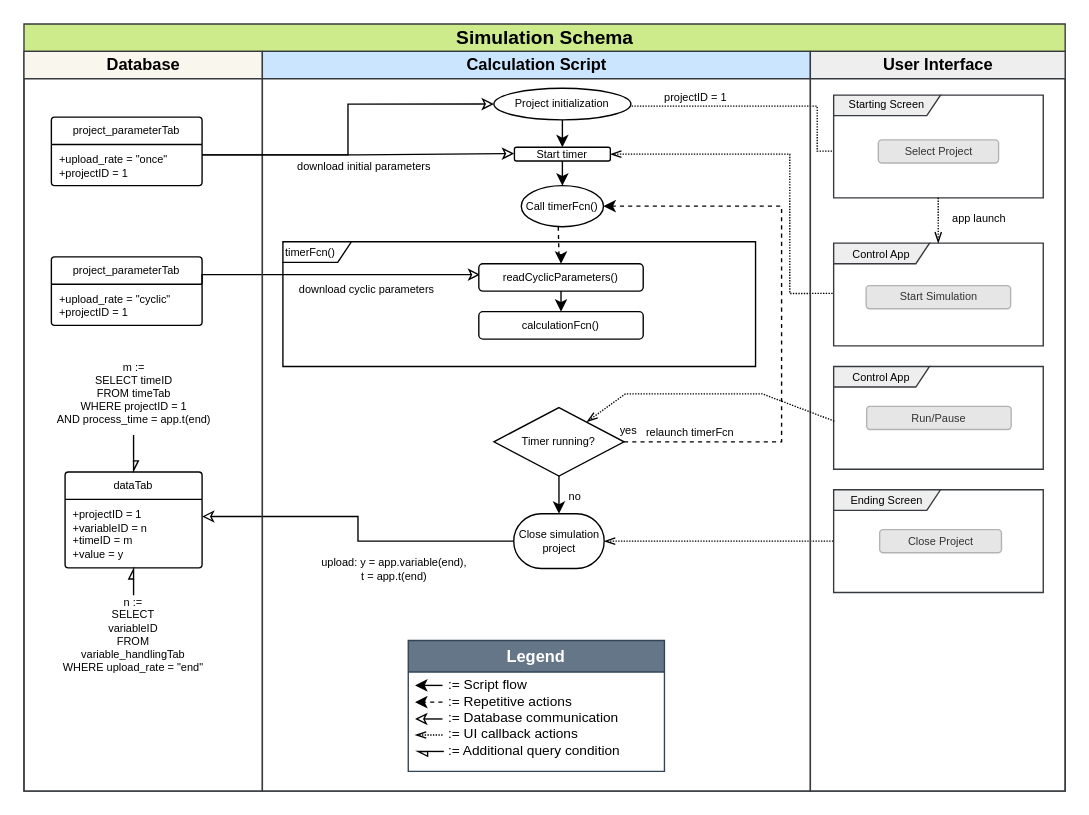
The draw.io diagram page "Page-1" (1 of 2) of ProcessCycle.drawio in Yumatlab/bioprocesssimulation, before the edit. Source tidied: cells renumbered, new cells numbered last; positions are measured from the earlier drawing's top-left corner, leaving out a move shared by most shapes. Both pictures are drawn from the tidied source at 137%, with x=0, y=0 at pixel (23, 23).
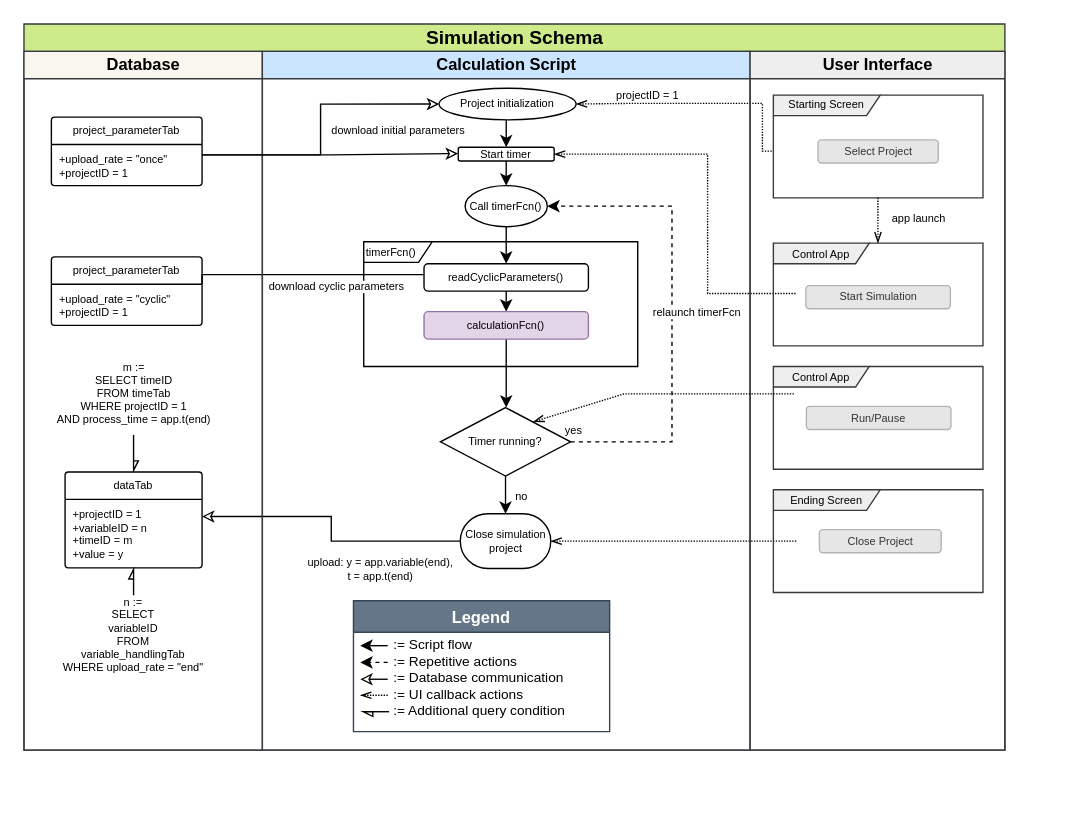
After the change.

Unchanged cells that the change refers to:
```xml
<mxCell id="47" value="&lt;font style=&quot;font-size: 8px;&quot;&gt;Starting Screen&lt;/font&gt;" style="shape=umlFrame;whiteSpace=wrap;html=1;width=78;height=15;fillColor=#eeeeee;strokeColor=#36393d;fontSize=8;" parent="46" vertex="1">
  <mxGeometry x="17" y="31.9" width="153" height="75" as="geometry" />
</mxCell>
<mxCell id="49" value="&lt;font style=&quot;font-size: 8px;&quot;&gt;Control App&lt;/font&gt;" style="shape=umlFrame;whiteSpace=wrap;html=1;width=70;height=15;fillColor=#eeeeee;strokeColor=#36393d;fontSize=8;" parent="46" vertex="1">
  <mxGeometry x="17" y="140" width="153" height="75" as="geometry" />
</mxCell>
<mxCell id="51" value="&lt;font style=&quot;font-size: 8px;&quot;&gt;Control App&lt;/font&gt;" style="shape=umlFrame;whiteSpace=wrap;html=1;width=70;height=15;fillColor=#eeeeee;strokeColor=#36393d;fontSize=8;" parent="46" vertex="1">
  <mxGeometry x="17" y="230" width="153" height="75" as="geometry" />
</mxCell>
<mxCell id="53" value="&lt;font style=&quot;font-size: 8px;&quot;&gt;Ending Screen&lt;/font&gt;" style="shape=umlFrame;whiteSpace=wrap;html=1;width=78;height=15;fillColor=#eeeeee;strokeColor=#36393d;fontSize=8;" parent="46" vertex="1">
  <mxGeometry x="17" y="320" width="153" height="75" as="geometry" />
</mxCell>
<mxCell id="59" style="edgeStyle=orthogonalEdgeStyle;rounded=0;jettySize=auto;html=1;exitX=1;exitY=0.25;exitDx=0;exitDy=0;entryX=-0.003;entryY=0.462;entryDx=0;entryDy=0;entryPerimeter=0;endArrow=classic;endFill=0;" parent="2" edge="1" source="5" target="26">
  <mxGeometry relative="1" as="geometry" />
</mxCell>
```

The edit, as a diff of the source:
```diff
@@
     <mxCell id="2" value="&lt;font style=&quot;font-size: 14px;&quot;&gt;Simulation Schema&lt;/font&gt;" style="swimlane;startSize=20;html=1;horizontal=1;fillColor=#cdeb8b;strokeColor=#36393d;" parent="1" vertex="1">
-      <mxGeometry width="760" height="560" as="geometry" />
+      <mxGeometry width="716" height="530" as="geometry" />
     </mxCell>
     <mxCell id="3" value="Database" style="swimlane;startSize=20;html=1;verticalAlign=middle;fillColor=#f9f7ed;strokeColor=#36393d;" parent="2" vertex="1">
-      <mxGeometry y="20" width="174" height="540" as="geometry" />
+      <mxGeometry y="20" width="174" height="510" as="geometry" />
     </mxCell>
@@
     <mxCell id="14" style="edgeStyle=orthogonalEdgeStyle;rounded=0;jettySize=auto;html=1;exitX=-0.008;exitY=0.545;exitDx=0;exitDy=0;entryX=1;entryY=0.5;entryDx=0;entryDy=0;entryPerimeter=0;dashed=1;dashPattern=1 1;endArrow=openThin;endFill=0;exitPerimeter=0;fontSize=8;" parent="2" edge="1" source="47" target="23">
       <mxGeometry relative="1" as="geometry">
         <Array as="points">
-          <mxPoint x="579" y="93" />
-          <mxPoint x="579" y="60" />
-          <mxPoint x="439" y="60" />
+          <mxPoint x="539" y="93" />
+          <mxPoint x="539" y="58" />
+          <mxPoint x="439" y="58" />
         </Array>
       </mxGeometry>
     </mxCell>
     <mxCell id="15" value="&lt;font style=&quot;font-size: 8px;&quot;&gt;projectID = 1&lt;/font&gt;" style="edgeLabel;html=1;align=center;verticalAlign=middle;fontSize=8;" parent="14" vertex="1">
       <mxGeometry x="0.31" relative="1" as="geometry">
-        <mxPoint x="-9" y="-7" as="offset" />
+        <mxPoint x="-10" y="-7" as="offset" />
       </mxGeometry>
     </mxCell>
-    <mxCell id="16" style="edgeStyle=orthogonalEdgeStyle;rounded=0;jettySize=auto;html=1;exitX=-0.005;exitY=0.489;exitDx=0;exitDy=0;entryX=1;entryY=0.5;entryDx=0;entryDy=0;dashed=1;dashPattern=1 1;endArrow=openThin;endFill=0;exitPerimeter=0;fontSize=8;" parent="2" edge="1" source="49" target="26">
+    <mxCell id="16" style="edgeStyle=orthogonalEdgeStyle;rounded=0;jettySize=auto;html=1;exitX=-0.005;exitY=0.489;exitDx=0;exitDy=0;entryX=1;entryY=0.5;entryDx=0;entryDy=0;dashed=1;dashPattern=1 1;endArrow=openThin;endFill=0;exitPerimeter=0;fontSize=8;" parent="2" edge="1" target="26">
       <mxGeometry relative="1" as="geometry">
+        <mxPoint x="563.2" y="196.7" as="sourcePoint" />
         <Array as="points">
-          <mxPoint x="559" y="197" />
-          <mxPoint x="559" y="95" />
+          <mxPoint x="499" y="197" />
+          <mxPoint x="499" y="95" />
         </Array>
       </mxGeometry>
     </mxCell>
@@
-    <mxCell id="20" style="edgeStyle=orthogonalEdgeStyle;rounded=0;jettySize=auto;html=1;exitX=1;exitY=0.5;exitDx=0;exitDy=0;endArrow=none;endFill=0;startArrow=openThin;startFill=0;dashed=1;dashPattern=1 1;exitPerimeter=0;fontSize=8;" parent="2" edge="1" source="27" target="53">
-      <mxGeometry relative="1" as="geometry" />
+    <mxCell id="20" style="edgeStyle=orthogonalEdgeStyle;rounded=0;jettySize=auto;html=1;exitX=1;exitY=0.5;exitDx=0;exitDy=0;endArrow=none;endFill=0;startArrow=openThin;startFill=0;dashed=1;dashPattern=1 1;exitPerimeter=0;fontSize=8;" parent="2" edge="1" source="27">
+      <mxGeometry relative="1" as="geometry">
+        <mxPoint x="564" y="377.5" as="targetPoint" />
+      </mxGeometry>
     </mxCell>
     <mxCell id="21" value="Calculation Script" style="swimlane;startSize=20;html=1;fillColor=#cce5ff;strokeColor=#36393d;" parent="2" vertex="1">
-      <mxGeometry x="174" y="20" width="400" height="540" as="geometry" />
+      <mxGeometry x="174" y="20" width="356" height="510" as="geometry" />
     </mxCell>
-    <mxCell id="22" style="edgeStyle=orthogonalEdgeStyle;rounded=0;jettySize=auto;html=1;exitX=0.5;exitY=1;exitDx=0;exitDy=0;exitPerimeter=0;entryX=0.5;entryY=0;entryDx=0;entryDy=0;" parent="21" edge="1" source="23" target="26">
-      <mxGeometry relative="1" as="geometry" />
+    <mxCell id="22" style="edgeStyle=orthogonalEdgeStyle;rounded=0;jettySize=auto;html=1;exitX=0.5;exitY=1;exitDx=0;exitDy=0;exitPerimeter=0;entryX=0.5;entryY=0;entryDx=0;entryDy=0;" parent="21" edge="1" target="26">
+      <mxGeometry relative="1" as="geometry">
+        <mxPoint x="178" y="50" as="sourcePoint" />
+      </mxGeometry>
     </mxCell>
     <mxCell id="23" value="&lt;font style=&quot;font-size: 8px;&quot;&gt;Project initialization&lt;/font&gt;" style="strokeWidth=1;html=1;shape=mxgraph.flowchart.start_1;whiteSpace=wrap;fontSize=8;" parent="21" vertex="1">
-      <mxGeometry x="169" y="26.9" width="100" height="23.1" as="geometry" />
+      <mxGeometry x="129" y="26.9" width="100" height="23.1" as="geometry" />
     </mxCell>
@@
     <mxCell id="25" value="&lt;font style=&quot;font-size: 8px;&quot;&gt;Timer running?&lt;/font&gt;" style="strokeWidth=1;html=1;shape=mxgraph.flowchart.decision;whiteSpace=wrap;fontSize=8;" parent="21" vertex="1">
-      <mxGeometry x="169" y="260" width="95" height="50" as="geometry" />
+      <mxGeometry x="130" y="260" width="95" height="50" as="geometry" />
     </mxCell>
     <mxCell id="26" value="Start timer" style="rounded=1;whiteSpace=wrap;html=1;fontSize=8;" parent="21" vertex="1">
-      <mxGeometry x="184" y="70" width="70" height="10" as="geometry" />
+      <mxGeometry x="143" y="70" width="70" height="10" as="geometry" />
     </mxCell>
     <mxCell id="27" value="&lt;font style=&quot;font-size: 8px;&quot;&gt;Close simulation project&lt;/font&gt;" style="strokeWidth=1;html=1;shape=mxgraph.flowchart.terminator;whiteSpace=wrap;fontSize=8;" parent="21" vertex="1">
-      <mxGeometry x="183.5" y="337.5" width="66" height="40" as="geometry" />
+      <mxGeometry x="144.5" y="337.5" width="66" height="40" as="geometry" />
     </mxCell>
     <mxCell id="28" style="edgeStyle=orthogonalEdgeStyle;rounded=0;jettySize=auto;html=1;exitX=1;exitY=0.5;exitDx=0;exitDy=0;exitPerimeter=0;entryX=1;entryY=0.5;entryDx=0;entryDy=0;dashed=1;fontSize=8;entryPerimeter=0;" parent="21" edge="1" source="25" target="33">
       <mxGeometry relative="1" as="geometry">
         <Array as="points">
-          <mxPoint x="379" y="285" />
-          <mxPoint x="379" y="113" />
+          <mxPoint x="299" y="285" />
+          <mxPoint x="299" y="113" />
         </Array>
       </mxGeometry>
     </mxCell>
     <mxCell id="29" value="&lt;font style=&quot;font-size: 8px;&quot;&gt;relaunch timerFcn&lt;/font&gt;" style="edgeLabel;html=1;align=center;verticalAlign=middle;fontSize=8;" parent="28" vertex="1">
       <mxGeometry x="-0.89" y="2" relative="1" as="geometry">
-        <mxPoint x="24" y="-6" as="offset" />
+        <mxPoint x="72" y="-93" as="offset" />
       </mxGeometry>
     </mxCell>
@@
     <mxCell id="31" value="&lt;font style=&quot;font-size: 8px;&quot;&gt;timerFcn()&lt;/font&gt;" style="shape=umlFrame;whiteSpace=wrap;html=1;width=50;height=15;fontSize=8;align=left;" parent="21" vertex="1">
-      <mxGeometry x="15" y="139" width="345" height="91" as="geometry" />
+      <mxGeometry x="74" y="139" width="200" height="91" as="geometry" />
     </mxCell>
@@
     <mxCell id="33" value="Call timerFcn()" style="strokeWidth=1;html=1;shape=mxgraph.flowchart.start_1;whiteSpace=wrap;fontSize=8;" parent="21" vertex="1">
-      <mxGeometry x="189" y="98" width="60" height="30" as="geometry" />
+      <mxGeometry x="148" y="98" width="60" height="30" as="geometry" />
     </mxCell>
     <mxCell id="34" value="download cyclic parameters" style="edgeLabel;html=1;align=center;verticalAlign=middle;fontSize=8;" parent="21" vertex="1">
-      <mxGeometry x="75" y="173" as="geometry" />
+      <mxGeometry x="25" y="175" as="geometry">
+        <mxPoint x="28" y="-4" as="offset" />
+      </mxGeometry>
     </mxCell>
-    <mxCell id="35" style="edgeStyle=orthogonalEdgeStyle;rounded=0;jettySize=auto;html=1;exitX=0.5;exitY=1;exitDx=0;exitDy=0;exitPerimeter=0;dashed=1;fontSize=8;" parent="21" edge="1" target="37">
-      <mxGeometry relative="1" as="geometry">
-        <mxPoint x="216" y="128" as="sourcePoint" />
-      </mxGeometry>
+    <mxCell id="35" style="edgeStyle=orthogonalEdgeStyle;rounded=0;jettySize=auto;html=1;exitX=0.5;exitY=1;exitDx=0;exitDy=0;exitPerimeter=0;fontSize=8;" parent="21" edge="1" source="33" target="37">
+      <mxGeometry relative="1" as="geometry" />
     </mxCell>
@@
     <mxCell id="37" value="readCyclicParameters()" style="rounded=1;whiteSpace=wrap;html=1;fontSize=8;" parent="21" vertex="1">
-      <mxGeometry x="158" y="155" width="120" height="20" as="geometry" />
+      <mxGeometry x="118" y="155" width="120" height="20" as="geometry" />
     </mxCell>
+    <mxCell id="61" style="edgeStyle=orthogonalEdgeStyle;rounded=0;jettySize=auto;html=1;exitX=0.5;exitY=1;exitDx=0;exitDy=0;" parent="21" edge="1" source="38" target="25">
+      <mxGeometry relative="1" as="geometry">
+        <Array as="points">
+          <mxPoint x="178" y="250" />
+          <mxPoint x="178" y="250" />
+        </Array>
+      </mxGeometry>
+    </mxCell>
-    <mxCell id="38" value="calculationFcn()" style="rounded=1;whiteSpace=wrap;html=1;fontSize=8;" parent="21" vertex="1">
-      <mxGeometry x="158" y="190" width="120" height="20" as="geometry" />
+    <mxCell id="38" value="calculationFcn()" style="rounded=1;whiteSpace=wrap;html=1;fontSize=8;fillColor=#e1d5e7;strokeColor=#9673a6;" parent="21" vertex="1">
+      <mxGeometry x="118" y="190" width="120" height="20" as="geometry" />
     </mxCell>
     <mxCell id="39" value="Legend" style="swimlane;fillColor=#647687;fontColor=#ffffff;strokeColor=#314354;fontSize=12;" parent="21" vertex="1">
-      <mxGeometry x="106.5" y="430" width="187" height="95.5" as="geometry" />
+      <mxGeometry x="66.5" y="401" width="187" height="95.5" as="geometry" />
     </mxCell>
@@
     <mxCell id="46" value="User Interface" style="swimlane;startSize=20;html=1;fillColor=#eeeeee;strokeColor=#36393d;" parent="2" vertex="1">
-      <mxGeometry x="574" y="20" width="186" height="540" as="geometry" />
+      <mxGeometry x="530" y="20" width="186" height="510" as="geometry" />
     </mxCell>
@@
-    <mxCell id="57" style="endArrow=openThin;html=1;rounded=0;exitX=0.003;exitY=0.532;exitDx=0;exitDy=0;exitPerimeter=0;endFill=0;dashed=1;dashPattern=1 1;entryX=0.714;entryY=0.207;entryDx=0;entryDy=0;entryPerimeter=0;fontSize=8;" parent="2" edge="1" source="51" target="25">
+    <mxCell id="57" style="endArrow=openThin;html=1;rounded=0;exitX=-0.013;exitY=0.267;exitDx=0;exitDy=0;exitPerimeter=0;endFill=0;dashed=1;dashPattern=1 1;entryX=0.714;entryY=0.207;entryDx=0;entryDy=0;entryPerimeter=0;fontSize=8;" parent="2" edge="1" target="25">
       <mxGeometry relative="1" as="geometry">
+        <mxPoint x="562" y="270" as="sourcePoint" />
         <Array as="points">
-          <mxPoint x="539" y="270" />
-          <mxPoint x="439" y="270" />
+          <mxPoint x="538" y="270" />
+          <mxPoint x="438" y="270" />
         </Array>
       </mxGeometry>
     </mxCell>
@@
     <mxCell id="60" value="&lt;font style=&quot;font-size: 8px;&quot;&gt;download initial parameters&lt;/font&gt;" style="edgeLabel;html=1;align=center;verticalAlign=middle;" parent="59" vertex="1">
       <mxGeometry x="-0.2" relative="1" as="geometry">
-        <mxPoint x="26" y="7" as="offset" />
+        <mxPoint x="67" y="-19" as="offset" />
       </mxGeometry>
     </mxCell>
```
